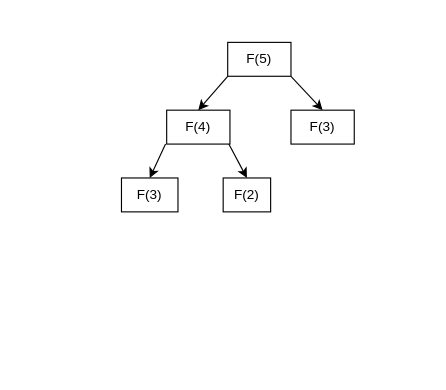
Above: Untitled Diagram.drawio in BaiRuic/test (draw.io), before the change. Source tidied: cells renumbered, new cells numbered last; positions are measured from the earlier drawing's top-left corner, leaving out a move shared by most shapes. Both pictures are drawn from the tidied source at 113%, with x=0, y=0 at pixel (121, 42).
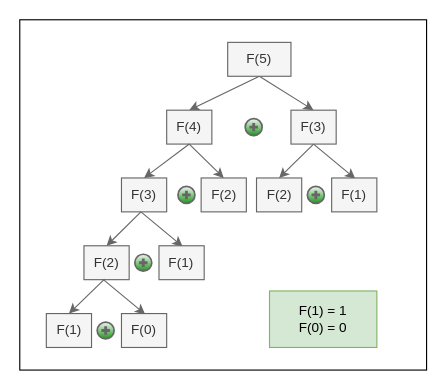
Above is the later version.

The edit, as a diff of the source:
```diff
@@
+    <mxCell id="11" style="rounded=0;whiteSpace=wrap;html=1;" parent="1" vertex="1">
+      <mxGeometry x="-90" y="-20" width="360" height="310" as="geometry" />
+    </mxCell>
-    <mxCell id="2" style="edgeStyle=none;rounded=0;jettySize=auto;html=1;exitX=1;exitY=1;exitDx=0;exitDy=0;entryX=0.5;entryY=0;entryDx=0;entryDy=0;" parent="1" edge="1" source="4" target="6">
+    <mxCell id="2" style="edgeStyle=none;rounded=0;jettySize=auto;html=1;exitX=0.5;exitY=1;exitDx=0;exitDy=0;entryX=0.5;entryY=0;entryDx=0;entryDy=0;fillColor=#f5f5f5;strokeColor=#666666;" parent="1" edge="1" source="4" target="6">
       <mxGeometry relative="1" as="geometry" />
     </mxCell>
-    <mxCell id="3" style="edgeStyle=none;rounded=0;jettySize=auto;html=1;exitX=0;exitY=1;exitDx=0;exitDy=0;entryX=0.5;entryY=0;entryDx=0;entryDy=0;" parent="1" edge="1" source="4" target="5">
+    <mxCell id="3" style="edgeStyle=none;rounded=0;jettySize=auto;html=1;entryX=0.5;entryY=0;entryDx=0;entryDy=0;exitX=0.5;exitY=1;exitDx=0;exitDy=0;fillColor=#f5f5f5;strokeColor=#666666;" parent="1" edge="1" source="4" target="5">
       <mxGeometry relative="1" as="geometry" />
     </mxCell>
-    <mxCell id="4" value="F(5)" style="rounded=0;whiteSpace=wrap;html=1;" parent="1" vertex="1">
+    <mxCell id="4" value="F(5)" style="rounded=0;whiteSpace=wrap;html=1;fillColor=#f5f5f5;strokeColor=#666666;fontColor=#333333;" parent="1" vertex="1">
       <mxGeometry x="94" width="56" height="30" as="geometry" />
     </mxCell>
-    <mxCell id="5" value="F(4)" style="rounded=0;whiteSpace=wrap;html=1;" parent="1" vertex="1">
-      <mxGeometry x="40" y="60" width="56" height="30" as="geometry" />
+    <mxCell id="5" value="F(4)" style="rounded=0;whiteSpace=wrap;html=1;fillColor=#f5f5f5;strokeColor=#666666;fontColor=#333333;" parent="1" vertex="1">
+      <mxGeometry x="40" y="60" width="40" height="30" as="geometry" />
     </mxCell>
+    <mxCell id="12" style="edgeStyle=none;rounded=0;jettySize=auto;html=1;entryX=0.523;entryY=0.021;entryDx=0;entryDy=0;entryPerimeter=0;exitX=0.5;exitY=1;exitDx=0;exitDy=0;fillColor=#f5f5f5;strokeColor=#666666;" parent="1" edge="1" source="6" target="17">
+      <mxGeometry relative="1" as="geometry" />
+    </mxCell>
-    <mxCell id="6" value="F(3)" style="rounded=0;whiteSpace=wrap;html=1;" parent="1" vertex="1">
-      <mxGeometry x="150" y="60" width="56" height="30" as="geometry" />
+    <mxCell id="6" value="F(3)" style="rounded=0;whiteSpace=wrap;html=1;fillColor=#f5f5f5;strokeColor=#666666;fontColor=#333333;" parent="1" vertex="1">
+      <mxGeometry x="150" y="60" width="40" height="30" as="geometry" />
     </mxCell>
-    <mxCell id="7" style="edgeStyle=none;rounded=0;jettySize=auto;html=1;exitX=1;exitY=1;exitDx=0;exitDy=0;entryX=0.5;entryY=0;entryDx=0;entryDy=0;" parent="1" edge="1" target="10">
-      <mxGeometry relative="1" as="geometry">
-        <mxPoint x="95" y="90" as="sourcePoint" />
-      </mxGeometry>
+    <mxCell id="7" style="edgeStyle=none;rounded=0;jettySize=auto;html=1;exitX=0.5;exitY=1;exitDx=0;exitDy=0;entryX=0.5;entryY=0;entryDx=0;entryDy=0;fillColor=#f5f5f5;strokeColor=#666666;" parent="1" edge="1" source="5" target="10">
+      <mxGeometry relative="1" as="geometry" />
     </mxCell>
-    <mxCell id="8" style="edgeStyle=none;rounded=0;jettySize=auto;html=1;exitX=0;exitY=1;exitDx=0;exitDy=0;entryX=0.5;entryY=0;entryDx=0;entryDy=0;" parent="1" edge="1" target="9">
-      <mxGeometry relative="1" as="geometry">
-        <mxPoint x="39" y="90" as="sourcePoint" />
-      </mxGeometry>
+    <mxCell id="8" style="edgeStyle=none;rounded=0;jettySize=auto;html=1;exitX=0.5;exitY=1;exitDx=0;exitDy=0;entryX=0.5;entryY=0;entryDx=0;entryDy=0;fillColor=#f5f5f5;strokeColor=#666666;" parent="1" edge="1" source="5" target="9">
+      <mxGeometry relative="1" as="geometry" />
     </mxCell>
-    <mxCell id="9" value="F(3)" style="rounded=0;whiteSpace=wrap;html=1;" parent="1" vertex="1">
-      <mxGeometry y="120" width="50" height="30" as="geometry" />
+    <mxCell id="9" value="F(3)" style="rounded=0;whiteSpace=wrap;html=1;fillColor=#f5f5f5;strokeColor=#666666;fontColor=#333333;" parent="1" vertex="1">
+      <mxGeometry y="120" width="40" height="30" as="geometry" />
     </mxCell>
-    <mxCell id="10" value="F(2)" style="rounded=0;whiteSpace=wrap;html=1;" parent="1" vertex="1">
-      <mxGeometry x="90" y="120" width="42" height="30" as="geometry" />
+    <mxCell id="10" value="F(2)" style="rounded=0;whiteSpace=wrap;html=1;fillColor=#f5f5f5;strokeColor=#666666;fontColor=#333333;" parent="1" vertex="1">
+      <mxGeometry x="70.5" y="120" width="40" height="30" as="geometry" />
     </mxCell>
+    <mxCell id="13" style="verticalLabelPosition=bottom;verticalAlign=top;html=1;shadow=0;strokeWidth=1;shape=mxgraph.ios.iAddIcon;fillColor=#f5f5f5;fillColor2=#1A9917;strokeColor=#666666;fontColor=#333333;" parent="1" vertex="1">
+      <mxGeometry x="50" y="127.5" width="15" height="15" as="geometry" />
+    </mxCell>
+    <mxCell id="14" style="verticalLabelPosition=bottom;verticalAlign=top;html=1;shadow=0;strokeWidth=1;shape=mxgraph.ios.iAddIcon;fillColor=#f5f5f5;fillColor2=#1A9917;strokeColor=#666666;fontColor=#333333;" parent="1" vertex="1">
+      <mxGeometry x="109.5" y="67.5" width="15" height="15" as="geometry" />
+    </mxCell>
+    <mxCell id="15" style="edgeStyle=none;rounded=0;jettySize=auto;html=1;exitX=0.5;exitY=1;exitDx=0;exitDy=0;entryX=0.5;entryY=0;entryDx=0;entryDy=0;fillColor=#f5f5f5;strokeColor=#666666;" parent="1" edge="1" source="6" target="16">
+      <mxGeometry relative="1" as="geometry" />
+    </mxCell>
+    <mxCell id="16" value="F(2)" style="rounded=0;whiteSpace=wrap;html=1;fillColor=#f5f5f5;strokeColor=#666666;fontColor=#333333;" parent="1" vertex="1">
+      <mxGeometry x="119.5" y="120" width="40" height="30" as="geometry" />
+    </mxCell>
+    <mxCell id="17" value="F(1)" style="rounded=0;whiteSpace=wrap;html=1;fillColor=#f5f5f5;strokeColor=#666666;fontColor=#333333;" parent="1" vertex="1">
+      <mxGeometry x="186" y="120" width="40" height="30" as="geometry" />
+    </mxCell>
+    <mxCell id="18" style="verticalLabelPosition=bottom;verticalAlign=top;html=1;shadow=0;strokeWidth=1;shape=mxgraph.ios.iAddIcon;fillColor=#f5f5f5;fillColor2=#1A9917;strokeColor=#666666;fontColor=#333333;" parent="1" vertex="1">
+      <mxGeometry x="164.5" y="127.5" width="15" height="15" as="geometry" />
+    </mxCell>
+    <mxCell id="19" style="edgeStyle=none;rounded=0;jettySize=auto;html=1;entryX=0.523;entryY=0.021;entryDx=0;entryDy=0;entryPerimeter=0;exitX=0.5;exitY=1;exitDx=0;exitDy=0;fillColor=#f5f5f5;strokeColor=#666666;" parent="1" edge="1" target="22">
+      <mxGeometry relative="1" as="geometry">
+        <mxPoint x="17.2" y="150" as="sourcePoint" />
+      </mxGeometry>
+    </mxCell>
+    <mxCell id="20" style="edgeStyle=none;rounded=0;jettySize=auto;html=1;exitX=0.5;exitY=1;exitDx=0;exitDy=0;entryX=0.5;entryY=0;entryDx=0;entryDy=0;fillColor=#f5f5f5;strokeColor=#666666;" parent="1" edge="1" target="21">
+      <mxGeometry relative="1" as="geometry">
+        <mxPoint x="17.2" y="150" as="sourcePoint" />
+      </mxGeometry>
+    </mxCell>
+    <mxCell id="21" value="F(2)" style="rounded=0;whiteSpace=wrap;html=1;fillColor=#f5f5f5;strokeColor=#666666;fontColor=#333333;" parent="1" vertex="1">
+      <mxGeometry x="-33.2" y="180" width="40" height="30" as="geometry" />
+    </mxCell>
+    <mxCell id="22" value="F(1)" style="rounded=0;whiteSpace=wrap;html=1;fillColor=#f5f5f5;strokeColor=#666666;fontColor=#333333;" parent="1" vertex="1">
+      <mxGeometry x="33.2" y="180" width="40" height="30" as="geometry" />
+    </mxCell>
+    <mxCell id="23" style="verticalLabelPosition=bottom;verticalAlign=top;html=1;shadow=0;strokeWidth=1;shape=mxgraph.ios.iAddIcon;fillColor=#f5f5f5;fillColor2=#1A9917;strokeColor=#666666;fontColor=#333333;" parent="1" vertex="1">
+      <mxGeometry x="11.8" y="187.5" width="15" height="15" as="geometry" />
+    </mxCell>
+    <mxCell id="24" style="edgeStyle=none;rounded=0;jettySize=auto;html=1;entryX=0.523;entryY=0.021;entryDx=0;entryDy=0;entryPerimeter=0;fillColor=#f5f5f5;strokeColor=#666666;" parent="1" edge="1" target="27">
+      <mxGeometry relative="1" as="geometry">
+        <mxPoint x="-16" y="210" as="sourcePoint" />
+      </mxGeometry>
+    </mxCell>
+    <mxCell id="25" style="edgeStyle=none;rounded=0;jettySize=auto;html=1;exitX=0.456;exitY=0.986;exitDx=0;exitDy=0;entryX=0.5;entryY=0;entryDx=0;entryDy=0;exitPerimeter=0;fillColor=#f5f5f5;strokeColor=#666666;" parent="1" edge="1" source="21" target="26">
+      <mxGeometry relative="1" as="geometry" />
+    </mxCell>
+    <mxCell id="26" value="F(1)" style="rounded=0;whiteSpace=wrap;html=1;fillColor=#f5f5f5;strokeColor=#666666;fontColor=#333333;" parent="1" vertex="1">
+      <mxGeometry x="-66.5" y="240" width="40" height="30" as="geometry" />
+    </mxCell>
+    <mxCell id="27" value="F(0)" style="rounded=0;whiteSpace=wrap;html=1;fillColor=#f5f5f5;strokeColor=#666666;fontColor=#333333;" parent="1" vertex="1">
+      <mxGeometry y="240" width="40" height="30" as="geometry" />
+    </mxCell>
+    <mxCell id="28" style="verticalLabelPosition=bottom;verticalAlign=top;html=1;shadow=0;dashed=0;strokeWidth=1;shape=mxgraph.ios.iAddIcon;fillColor=#f5f5f5;fillColor2=#1A9917;strokeColor=#666666;fontColor=#333333;" parent="1" vertex="1">
+      <mxGeometry x="-21.5" y="247.5" width="15" height="15" as="geometry" />
+    </mxCell>
+    <mxCell id="29" value="F(1) = 1&lt;br&gt;F(0) = 0" style="rounded=0;whiteSpace=wrap;html=1;fillColor=#d5e8d4;strokeColor=#82b366;" parent="1" vertex="1">
+      <mxGeometry x="131" y="220" width="95" height="50" as="geometry" />
+    </mxCell>
```
